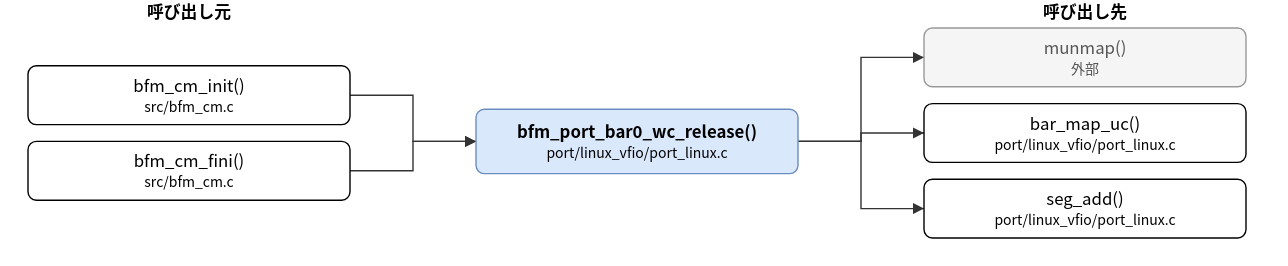
The draw.io diagram doc/spec/images/call_port_linux_vfio_port_linux-bfm_port_bar0_wc_release.drawio.svg in hf355051012-ai/bfmem, before a commit. Source tidied: cells renumbered, new cells last; positions are measured from the earlier drawing's top-left corner, leaving out a move shared by most shapes. Source of this version:
```xml
<mxGraphModel>
  <root>
    <mxCell id="0" />
    <mxCell id="1" parent="0" />
    <mxCell id="2" value="bfm_port_bar0_wc_release()&lt;br&gt;&lt;font style=&quot;font-size:10px&quot;&gt;port/linux_vfio/port_linux.c&lt;/font&gt;" style="rounded=1;whiteSpace=wrap;html=1;fillColor=#dae8fc;strokeColor=#6c8ebf;fontStyle=1;" parent="1" vertex="1">
      <mxGeometry x="320" y="78" width="230" height="46" as="geometry" />
    </mxCell>
    <mxCell id="3" value="bfm_cm_init()&lt;br&gt;&lt;font style=&quot;font-size:10px&quot;&gt;src/bfm_cm.c&lt;/font&gt;" style="rounded=1;whiteSpace=wrap;html=1;" parent="1" vertex="1">
      <mxGeometry y="47" width="230" height="42" as="geometry" />
    </mxCell>
    <mxCell id="4" value="bfm_cm_fini()&lt;br&gt;&lt;font style=&quot;font-size:10px&quot;&gt;src/bfm_cm.c&lt;/font&gt;" style="rounded=1;whiteSpace=wrap;html=1;" parent="1" vertex="1">
      <mxGeometry y="101" width="230" height="42" as="geometry" />
    </mxCell>
    <mxCell id="5" value="munmap()&lt;br&gt;&lt;font style=&quot;font-size:10px&quot;&gt;外部&lt;/font&gt;" style="rounded=1;whiteSpace=wrap;html=1;fillColor=#f5f5f5;strokeColor=#999999;fontColor=#555555;" parent="1" vertex="1">
      <mxGeometry x="640" y="20" width="230" height="42" as="geometry" />
    </mxCell>
    <mxCell id="6" value="bar_map_uc()&lt;br&gt;&lt;font style=&quot;font-size:10px&quot;&gt;port/linux_vfio/port_linux.c&lt;/font&gt;" style="rounded=1;whiteSpace=wrap;html=1;" parent="1" vertex="1">
      <mxGeometry x="640" y="74" width="230" height="42" as="geometry" />
    </mxCell>
    <mxCell id="7" value="seg_add()&lt;br&gt;&lt;font style=&quot;font-size:10px&quot;&gt;port/linux_vfio/port_linux.c&lt;/font&gt;" style="rounded=1;whiteSpace=wrap;html=1;" parent="1" vertex="1">
      <mxGeometry x="640" y="128" width="230" height="42" as="geometry" />
    </mxCell>
    <mxCell id="8" style="edgeStyle=none;html=1;rounded=0;endArrow=block;endFill=1;exitX=1.0000;exitY=0.5000;exitDx=0;exitDy=0;exitPerimeter=0;entryX=0.0000;entryY=0.5000;entryDx=0;entryDy=0;entryPerimeter=0;" parent="1" edge="1" source="3" target="2">
      <mxGeometry relative="1" as="geometry">
        <Array as="points">
          <mxPoint x="275" y="68" />
          <mxPoint x="275" y="101" />
        </Array>
      </mxGeometry>
    </mxCell>
    <mxCell id="9" style="edgeStyle=none;html=1;rounded=0;endArrow=block;endFill=1;exitX=1.0000;exitY=0.5000;exitDx=0;exitDy=0;exitPerimeter=0;entryX=0.0000;entryY=0.5000;entryDx=0;entryDy=0;entryPerimeter=0;" parent="1" edge="1" source="4" target="2">
      <mxGeometry relative="1" as="geometry">
        <Array as="points">
          <mxPoint x="275" y="122" />
          <mxPoint x="275" y="101" />
        </Array>
      </mxGeometry>
    </mxCell>
    <mxCell id="10" style="edgeStyle=none;html=1;rounded=0;endArrow=block;endFill=1;exitX=1.0000;exitY=0.5000;exitDx=0;exitDy=0;exitPerimeter=0;entryX=0.0000;entryY=0.5000;entryDx=0;entryDy=0;entryPerimeter=0;" parent="1" edge="1" source="2" target="5">
      <mxGeometry relative="1" as="geometry">
        <Array as="points">
          <mxPoint x="595" y="101" />
          <mxPoint x="595" y="41" />
        </Array>
      </mxGeometry>
    </mxCell>
    <mxCell id="11" style="edgeStyle=none;html=1;rounded=0;endArrow=block;endFill=1;exitX=1.0000;exitY=0.5000;exitDx=0;exitDy=0;exitPerimeter=0;entryX=0.0000;entryY=0.5000;entryDx=0;entryDy=0;entryPerimeter=0;" parent="1" edge="1" source="2" target="6">
      <mxGeometry relative="1" as="geometry">
        <Array as="points">
          <mxPoint x="595" y="101" />
          <mxPoint x="595" y="95" />
        </Array>
      </mxGeometry>
    </mxCell>
    <mxCell id="12" style="edgeStyle=none;html=1;rounded=0;endArrow=block;endFill=1;exitX=1.0000;exitY=0.5000;exitDx=0;exitDy=0;exitPerimeter=0;entryX=0.0000;entryY=0.5000;entryDx=0;entryDy=0;entryPerimeter=0;" parent="1" edge="1" source="2" target="7">
      <mxGeometry relative="1" as="geometry">
        <Array as="points">
          <mxPoint x="595" y="101" />
          <mxPoint x="595" y="149" />
        </Array>
      </mxGeometry>
    </mxCell>
    <mxCell id="13" value="呼び出し元" style="text;html=1;align=center;fontStyle=1;" parent="1" vertex="1">
      <mxGeometry x="35" width="160" height="18" as="geometry" />
    </mxCell>
    <mxCell id="14" value="呼び出し先" style="text;html=1;align=center;fontStyle=1;" parent="1" vertex="1">
      <mxGeometry x="675" width="160" height="18" as="geometry" />
    </mxCell>
  </root>
</mxGraphModel>
```
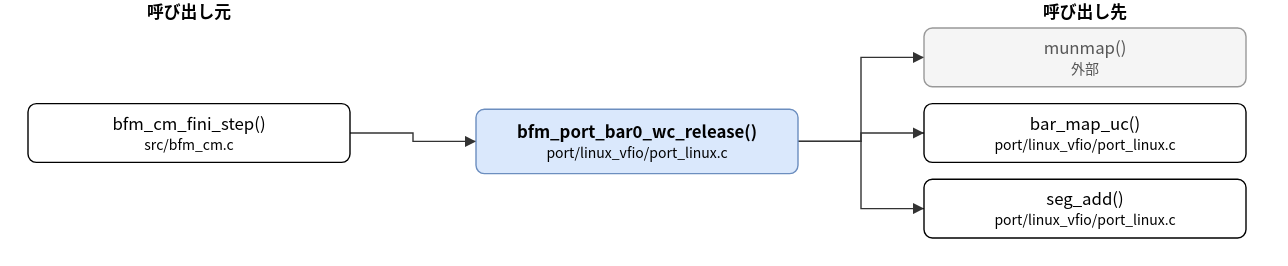
Later version of the same file.

What changed in the source:
```diff
@@ -5,12 +5,9 @@
     <mxCell id="2" value="bfm_port_bar0_wc_release()&lt;br&gt;&lt;font style=&quot;font-size:10px&quot;&gt;port/linux_vfio/port_linux.c&lt;/font&gt;" style="rounded=1;whiteSpace=wrap;html=1;fillColor=#dae8fc;strokeColor=#6c8ebf;fontStyle=1;" parent="1" vertex="1">
       <mxGeometry x="320" y="78" width="230" height="46" as="geometry" />
     </mxCell>
-    <mxCell id="3" value="bfm_cm_init()&lt;br&gt;&lt;font style=&quot;font-size:10px&quot;&gt;src/bfm_cm.c&lt;/font&gt;" style="rounded=1;whiteSpace=wrap;html=1;" parent="1" vertex="1">
-      <mxGeometry y="47" width="230" height="42" as="geometry" />
+    <mxCell id="3" value="bfm_cm_fini_step()&lt;br&gt;&lt;font style=&quot;font-size:10px&quot;&gt;src/bfm_cm.c&lt;/font&gt;" style="rounded=1;whiteSpace=wrap;html=1;" parent="1" vertex="1">
+      <mxGeometry y="74" width="230" height="42" as="geometry" />
     </mxCell>
-    <mxCell id="4" value="bfm_cm_fini()&lt;br&gt;&lt;font style=&quot;font-size:10px&quot;&gt;src/bfm_cm.c&lt;/font&gt;" style="rounded=1;whiteSpace=wrap;html=1;" parent="1" vertex="1">
-      <mxGeometry y="101" width="230" height="42" as="geometry" />
-    </mxCell>
     <mxCell id="5" value="munmap()&lt;br&gt;&lt;font style=&quot;font-size:10px&quot;&gt;外部&lt;/font&gt;" style="rounded=1;whiteSpace=wrap;html=1;fillColor=#f5f5f5;strokeColor=#999999;fontColor=#555555;" parent="1" vertex="1">
       <mxGeometry x="640" y="20" width="230" height="42" as="geometry" />
     </mxCell>
@@ -23,43 +20,35 @@
     <mxCell id="8" style="edgeStyle=none;html=1;rounded=0;endArrow=block;endFill=1;exitX=1.0000;exitY=0.5000;exitDx=0;exitDy=0;exitPerimeter=0;entryX=0.0000;entryY=0.5000;entryDx=0;entryDy=0;entryPerimeter=0;" parent="1" edge="1" source="3" target="2">
       <mxGeometry relative="1" as="geometry">
         <Array as="points">
-          <mxPoint x="275" y="68" />
+          <mxPoint x="275" y="95" />
           <mxPoint x="275" y="101" />
         </Array>
       </mxGeometry>
     </mxCell>
-    <mxCell id="9" style="edgeStyle=none;html=1;rounded=0;endArrow=block;endFill=1;exitX=1.0000;exitY=0.5000;exitDx=0;exitDy=0;exitPerimeter=0;entryX=0.0000;entryY=0.5000;entryDx=0;entryDy=0;entryPerimeter=0;" parent="1" edge="1" source="4" target="2">
+    <mxCell id="9" style="edgeStyle=none;html=1;rounded=0;endArrow=block;endFill=1;exitX=1.0000;exitY=0.5000;exitDx=0;exitDy=0;exitPerimeter=0;entryX=0.0000;entryY=0.5000;entryDx=0;entryDy=0;entryPerimeter=0;" parent="1" edge="1" source="2" target="5">
       <mxGeometry relative="1" as="geometry">
         <Array as="points">
-          <mxPoint x="275" y="122" />
-          <mxPoint x="275" y="101" />
+          <mxPoint x="595" y="101" />
+          <mxPoint x="595" y="41" />
         </Array>
       </mxGeometry>
     </mxCell>
-    <mxCell id="10" style="edgeStyle=none;html=1;rounded=0;endArrow=block;endFill=1;exitX=1.0000;exitY=0.5000;exitDx=0;exitDy=0;exitPerimeter=0;entryX=0.0000;entryY=0.5000;entryDx=0;entryDy=0;entryPerimeter=0;" parent="1" edge="1" source="2" target="5">
+    <mxCell id="10" style="edgeStyle=none;html=1;rounded=0;endArrow=block;endFill=1;exitX=1.0000;exitY=0.5000;exitDx=0;exitDy=0;exitPerimeter=0;entryX=0.0000;entryY=0.5000;entryDx=0;entryDy=0;entryPerimeter=0;" parent="1" edge="1" source="2" target="6">
       <mxGeometry relative="1" as="geometry">
         <Array as="points">
           <mxPoint x="595" y="101" />
-          <mxPoint x="595" y="41" />
+          <mxPoint x="595" y="95" />
         </Array>
       </mxGeometry>
     </mxCell>
-    <mxCell id="11" style="edgeStyle=none;html=1;rounded=0;endArrow=block;endFill=1;exitX=1.0000;exitY=0.5000;exitDx=0;exitDy=0;exitPerimeter=0;entryX=0.0000;entryY=0.5000;entryDx=0;entryDy=0;entryPerimeter=0;" parent="1" edge="1" source="2" target="6">
+    <mxCell id="11" style="edgeStyle=none;html=1;rounded=0;endArrow=block;endFill=1;exitX=1.0000;exitY=0.5000;exitDx=0;exitDy=0;exitPerimeter=0;entryX=0.0000;entryY=0.5000;entryDx=0;entryDy=0;entryPerimeter=0;" parent="1" edge="1" source="2" target="7">
       <mxGeometry relative="1" as="geometry">
         <Array as="points">
           <mxPoint x="595" y="101" />
-          <mxPoint x="595" y="95" />
+          <mxPoint x="595" y="149" />
         </Array>
       </mxGeometry>
     </mxCell>
-    <mxCell id="12" style="edgeStyle=none;html=1;rounded=0;endArrow=block;endFill=1;exitX=1.0000;exitY=0.5000;exitDx=0;exitDy=0;exitPerimeter=0;entryX=0.0000;entryY=0.5000;entryDx=0;entryDy=0;entryPerimeter=0;" parent="1" edge="1" source="2" target="7">
-      <mxGeometry relative="1" as="geometry">
-        <Array as="points">
-          <mxPoint x="595" y="101" />
-          <mxPoint x="595" y="149" />
-        </Array>
-      </mxGeometry>
-    </mxCell>
     <mxCell id="13" value="呼び出し元" style="text;html=1;align=center;fontStyle=1;" parent="1" vertex="1">
       <mxGeometry x="35" width="160" height="18" as="geometry" />
     </mxCell>
```
